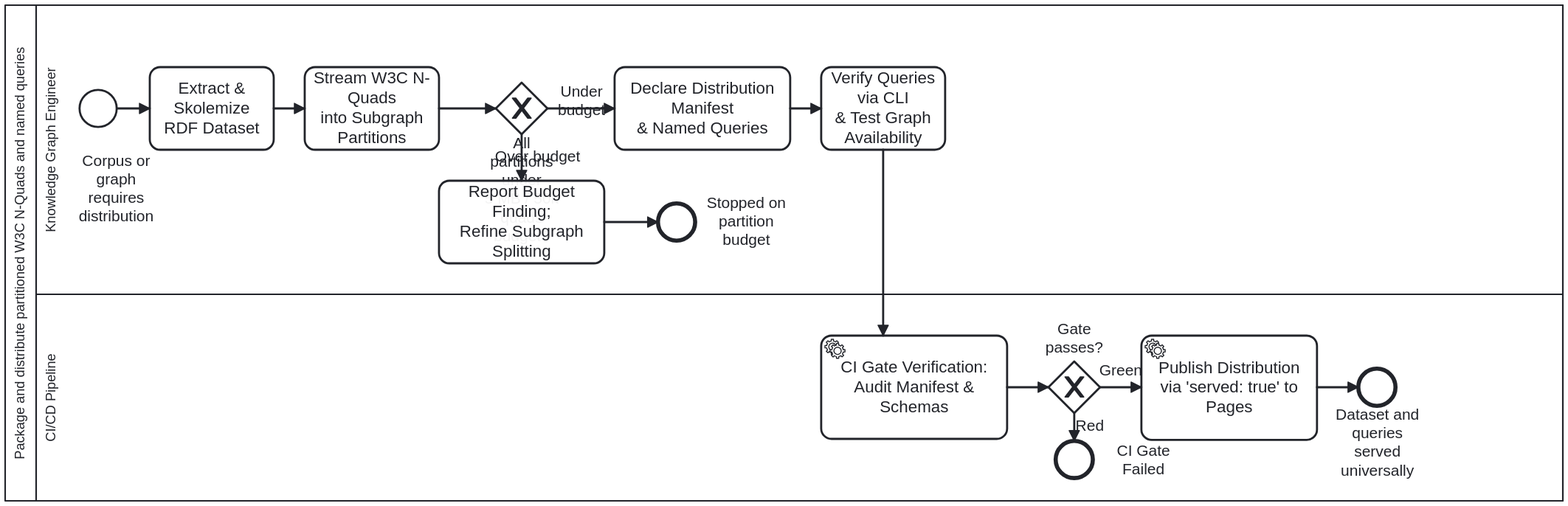
litlfred/cat-harness keeps this BPMN diagram as docs/assets/img/workflows/nquads-distribution.svg. Above is the earlier version. Its source is kept beside it as processes/kg/nquads-distribution.bpmn. Ids are renumbered.
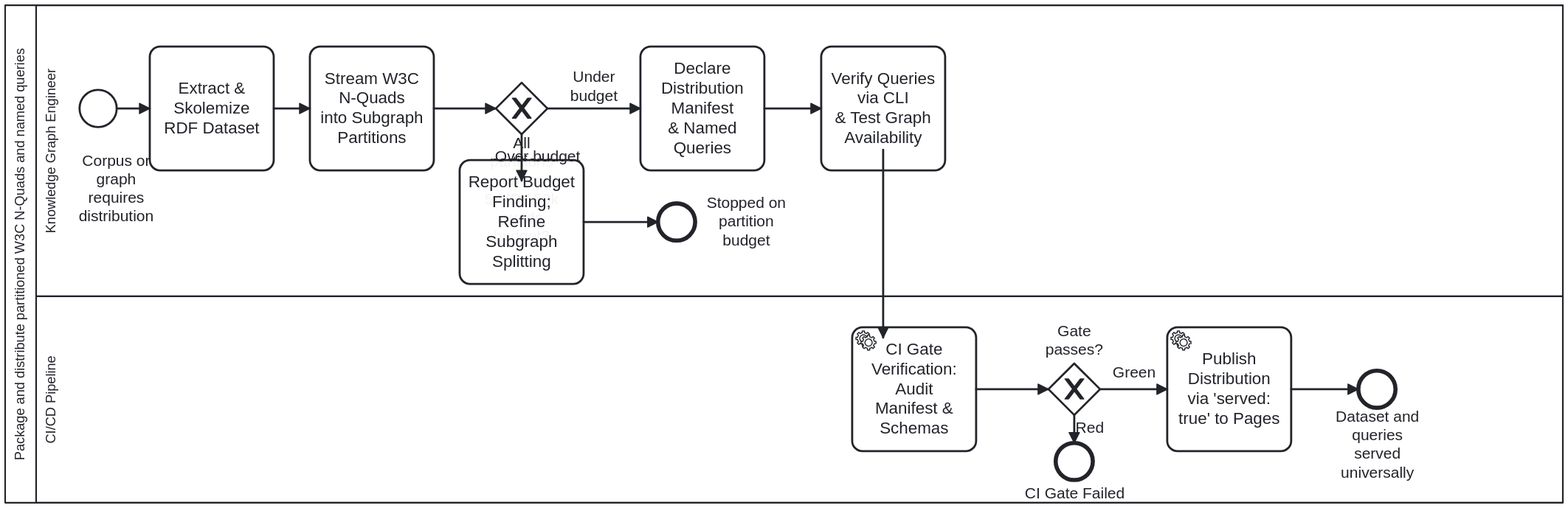
Later version of the same file.

What changed in the source:
```diff
@@ -158,108 +158,109 @@
   <bpmndi:BPMNDiagram id="BPMNDiagram_Process_NQuadsDistribution">
     <bpmndi:BPMNPlane id="BPMNPlane_Process_NQuadsDistribution" bpmnElement="Collaboration_Process_NQuadsDistribution">
       <bpmndi:BPMNShape id="Participant_Process_NQuadsDistribution_di" bpmnElement="Participant_Process_NQuadsDistribution" isHorizontal="true">
-        <dc:Bounds x="160" y="80" width="1508" height="480" />
+        <dc:Bounds x="160" y="80" width="1508" height="482" />
       </bpmndi:BPMNShape>
       <bpmndi:BPMNShape id="Lane_Author_di" bpmnElement="Lane_Author" isHorizontal="true">
-        <dc:Bounds x="190" y="80" width="1478" height="280" />
+        <dc:Bounds x="190" y="80" width="1478" height="282" />
       </bpmndi:BPMNShape>
       <bpmndi:BPMNShape id="Lane_Ci_di" bpmnElement="Lane_Ci" isHorizontal="true">
-        <dc:Bounds x="190" y="360" width="1478" height="200" />
+        <dc:Bounds x="190" y="362" width="1478" height="200" />
       </bpmndi:BPMNShape>
 
       <bpmndi:BPMNShape id="Start_Dataset_di" bpmnElement="Start_Dataset">
         <dc:Bounds x="232" y="162" width="36" height="36" />
-        <bpmndi:BPMNLabel><dc:Bounds x="221.92" y="221.5" width="90" height="71" /></bpmndi:BPMNLabel>
-      </bpmndi:BPMNShape>
+
+      <bpmndi:BPMNLabel><dc:Bounds x="221.92" y="221.5" width="90" height="71" /></bpmndi:BPMNLabel></bpmndi:BPMNShape>
       <bpmndi:BPMNShape id="A_ExtractSkolemize_di" bpmnElement="A_ExtractSkolemize">
-        <dc:Bounds x="300" y="140" width="120" height="80" />
+        <dc:Bounds x="300" y="120" width="120" height="120" />
       </bpmndi:BPMNShape>
       <bpmndi:BPMNShape id="A_PartitionQuads_di" bpmnElement="A_PartitionQuads">
-        <dc:Bounds x="450" y="140" width="130" height="80" />
+        <dc:Bounds x="455" y="120" width="120" height="120" />
       </bpmndi:BPMNShape>
       <bpmndi:BPMNShape id="GW_PartitionBudget_di" bpmnElement="GW_PartitionBudget" isMarkerVisible="true">
         <dc:Bounds x="635" y="155" width="50" height="50" />
       </bpmndi:BPMNShape>
       <bpmndi:BPMNShape id="A_ReportBudgetExcess_di" bpmnElement="A_ReportBudgetExcess">
-        <dc:Bounds x="580" y="250" width="160" height="80" />
+        <dc:Bounds x="600" y="230" width="120" height="120" />
       </bpmndi:BPMNShape>
       <bpmndi:BPMNShape id="End_BudgetStopped_di" bpmnElement="End_BudgetStopped">
         <dc:Bounds x="792" y="272" width="36" height="36" />
 
       <bpmndi:BPMNLabel><dc:Bounds x="832" y="263" width="90" height="54" /></bpmndi:BPMNLabel></bpmndi:BPMNShape>
       <bpmndi:BPMNShape id="A_DeclareManifest_di" bpmnElement="A_DeclareManifest">
-        <dc:Bounds x="750" y="140" width="170" height="80" />
+        <dc:Bounds x="775" y="120" width="120" height="120" />
       </bpmndi:BPMNShape>
       <bpmndi:BPMNShape id="A_VerifyQueries_di" bpmnElement="A_VerifyQueries">
-        <dc:Bounds x="950" y="140" width="120" height="80" />
+        <dc:Bounds x="950" y="120" width="120" height="120" />
       </bpmndi:BPMNShape>
 
       <bpmndi:BPMNShape id="A_GateCheck_di" bpmnElement="A_GateCheck">
-        <dc:Bounds x="950" y="400" width="180" height="100" />
+        <dc:Bounds x="980" y="392" width="120" height="120" />
       </bpmndi:BPMNShape>
       <bpmndi:BPMNShape id="GW_CiGreen_di" bpmnElement="GW_CiGreen" isMarkerVisible="true">
-        <dc:Bounds x="1170" y="425" width="50" height="50" />
+        <dc:Bounds x="1170" y="427" width="50" height="50" />
 
-      <bpmndi:BPMNLabel><dc:Bounds x="1150" y="385" width="90" height="36" /></bpmndi:BPMNLabel></bpmndi:BPMNShape>
+      <bpmndi:BPMNLabel><dc:Bounds x="1150" y="387" width="90" height="36" /></bpmndi:BPMNLabel></bpmndi:BPMNShape>
       <bpmndi:BPMNShape id="End_CiFailed_di" bpmnElement="End_CiFailed">
-        <dc:Bounds x="1177" y="502" width="36" height="36" />
+        <dc:Bounds x="1177" y="504" width="36" height="36" />
 
-      <bpmndi:BPMNLabel><dc:Bounds x="1217" y="502.5" width="90" height="35" /></bpmndi:BPMNLabel></bpmndi:BPMNShape>
+      <bpmndi:BPMNLabel><dc:Bounds x="1105" y="544" width="180" height="18" /></bpmndi:BPMNLabel></bpmndi:BPMNShape>
       <bpmndi:BPMNShape id="A_DeployPages_di" bpmnElement="A_DeployPages">
-        <dc:Bounds x="1260" y="399.5" width="170" height="101" />
+        <dc:Bounds x="1285" y="392" width="120" height="120" />
       </bpmndi:BPMNShape>
       <bpmndi:BPMNShape id="End_Distributed_di" bpmnElement="End_Distributed">
-        <dc:Bounds x="1470" y="432" width="36" height="36" />
+        <dc:Bounds x="1470" y="434" width="36" height="36" />
       </bpmndi:BPMNShape>
 
       <!-- Edges -->
       <bpmndi:BPMNEdge id="Flow_1_di" bpmnElement="Flow_1">
-        <di:waypoint x="268" y="180"/>
-        <di:waypoint x="300" y="180"/>
+        <di:waypoint x="268" y="180" />
+        <di:waypoint x="300" y="180" />
       </bpmndi:BPMNEdge>
       <bpmndi:BPMNEdge id="Flow_2_di" bpmnElement="Flow_2">
-        <di:waypoint x="420" y="180"/>
-        <di:waypoint x="450" y="180"/>
+        <di:waypoint x="420" y="180" />
+        <di:waypoint x="455" y="180" />
       </bpmndi:BPMNEdge>
       <bpmndi:BPMNEdge id="Flow_3_di" bpmnElement="Flow_3">
-        <di:waypoint x="580" y="180" />
+        <di:waypoint x="575" y="180" />
         <di:waypoint x="635" y="180" />
       </bpmndi:BPMNEdge>
       <bpmndi:BPMNEdge id="Flow_BudgetPass_di" bpmnElement="Flow_BudgetPass">
         <di:waypoint x="685" y="180" />
-        <di:waypoint x="750" y="180" />
+        <di:waypoint x="775" y="180" />
+        <bpmndi:BPMNLabel><dc:Bounds x="685" y="141" width="90" height="36" /></bpmndi:BPMNLabel>
       </bpmndi:BPMNEdge>
       <bpmndi:BPMNEdge id="Flow_BudgetFail_di" bpmnElement="Flow_BudgetFail">
         <di:waypoint x="660" y="205" />
         <di:waypoint x="660" y="250" />
       </bpmndi:BPMNEdge>
       <bpmndi:BPMNEdge id="Flow_StopBudget_di" bpmnElement="Flow_StopBudget">
-        <di:waypoint x="740" y="290" />
+        <di:waypoint x="720" y="290" />
         <di:waypoint x="792" y="290" />
       </bpmndi:BPMNEdge>
       <bpmndi:BPMNEdge id="Flow_4_di" bpmnElement="Flow_4">
-        <di:waypoint x="920" y="180" />
+        <di:waypoint x="895" y="180" />
         <di:waypoint x="950" y="180" />
       </bpmndi:BPMNEdge>
       <bpmndi:BPMNEdge id="Flow_5_di" bpmnElement="Flow_5">
         <di:waypoint x="1010" y="220" />
-        <di:waypoint x="1010" y="400" />
+        <di:waypoint x="1010" y="402" />
       </bpmndi:BPMNEdge>
       <bpmndi:BPMNEdge id="Flow_6_di" bpmnElement="Flow_6">
-        <di:waypoint x="1130" y="450" />
-        <di:waypoint x="1170" y="450" />
+        <di:waypoint x="1100" y="452" />
+        <di:waypoint x="1170" y="452" />
       </bpmndi:BPMNEdge>
       <bpmndi:BPMNEdge id="Flow_CiPass_di" bpmnElement="Flow_CiPass">
-        <di:waypoint x="1220" y="450" />
-        <di:waypoint x="1260" y="450" />
+        <di:waypoint x="1220" y="452" />
+        <di:waypoint x="1285" y="452" />
       </bpmndi:BPMNEdge>
       <bpmndi:BPMNEdge id="Flow_CiFail_di" bpmnElement="Flow_CiFail">
-        <di:waypoint x="1195" y="475" />
-        <di:waypoint x="1195" y="502" />
+        <di:waypoint x="1195" y="477" />
+        <di:waypoint x="1195" y="504" />
       </bpmndi:BPMNEdge>
       <bpmndi:BPMNEdge id="Flow_7_di" bpmnElement="Flow_7">
-        <di:waypoint x="1430" y="450" />
-        <di:waypoint x="1470" y="450" />
+        <di:waypoint x="1405" y="452" />
+        <di:waypoint x="1470" y="452" />
       </bpmndi:BPMNEdge>
     </bpmndi:BPMNPlane>
   </bpmndi:BPMNDiagram>
```
